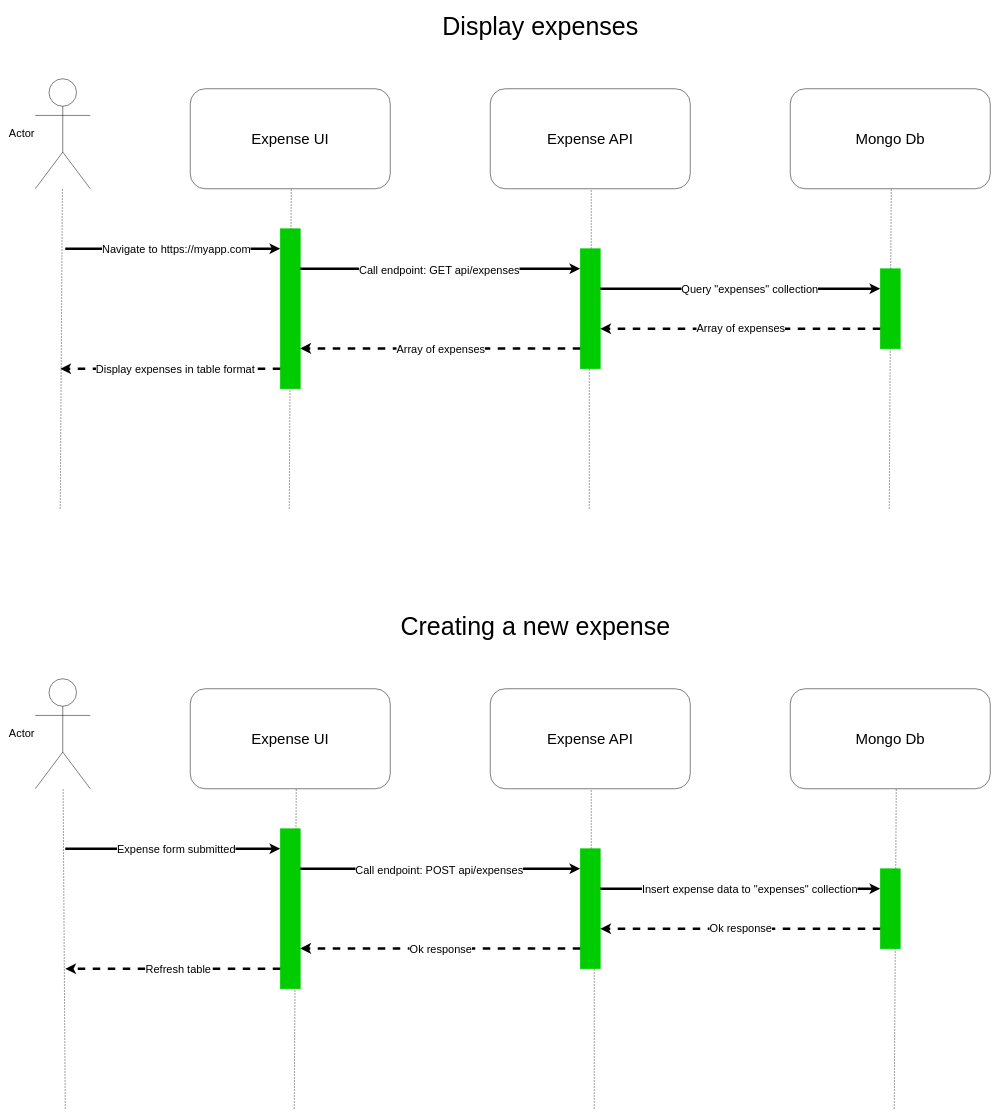
suicodave/WorkshopExpenseAPI keeps this draw.io diagram as Expense Tracker.drawio. Above is the earlier version. Source tidied: cells renumbered, new cells numbered last; positions are measured from the earlier drawing's top-left corner, leaving out a move shared by most shapes. Both pictures are drawn from the tidied source at 50%, with x=0, y=0 at pixel (35, 8).
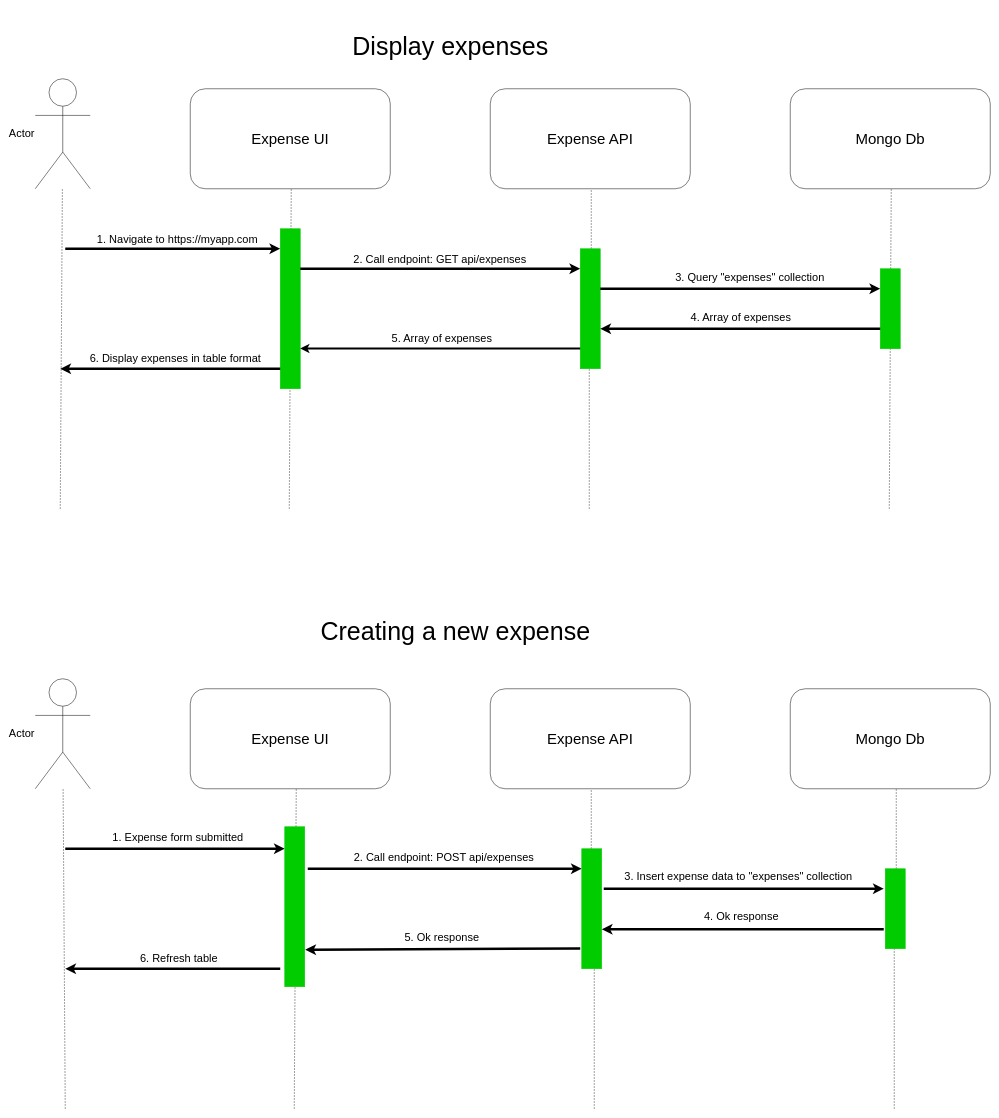
The same diagram, later.

Commit message:
Diagram improve connectors

Unchanged cells that the change refers to:
```xml
<mxCell id="10" style="endArrow=classic;html=1;rounded=0;flowAnimation=1;strokeWidth=5;" parent="1" edge="1" target="12">
  <mxGeometry relative="1" as="geometry">
    <mxPoint x="60" y="480" as="sourcePoint" />
  </mxGeometry>
</mxCell>
<mxCell id="13" style="endArrow=classic;html=1;rounded=0;flowAnimation=1;strokeWidth=5;" parent="1" edge="1" target="16">
  <mxGeometry relative="1" as="geometry">
    <mxPoint x="530" y="520" as="sourcePoint" />
  </mxGeometry>
</mxCell>
<mxCell id="16" style="html=1;points=[[0,0,0,0,5],[0,1,0,0,-5],[1,0,0,0,5],[1,1,0,0,-5]];perimeter=orthogonalPerimeter;outlineConnect=0;targetShapes=umlLifeline;portConstraint=eastwest;newEdgeStyle={&quot;curved&quot;:0,&quot;rounded&quot;:0};fontSize=13;perimeterSpacing=0;strokeWidth=1;fillColor=#00CC00;strokeColor=#00CC00;" parent="1" vertex="1">
  <mxGeometry x="1090" y="480" width="40" height="240" as="geometry" />
</mxCell>
<mxCell id="17" style="endArrow=classic;html=1;rounded=0;flowAnimation=1;strokeWidth=5;" parent="1" edge="1">
  <mxGeometry relative="1" as="geometry">
    <mxPoint x="1130" y="560" as="sourcePoint" />
    <mxPoint x="1690" y="560" as="targetPoint" />
  </mxGeometry>
</mxCell>
<mxCell id="35" style="endArrow=classic;html=1;rounded=0;flowAnimation=1;strokeWidth=5;" parent="1" edge="1" target="37">
  <mxGeometry relative="1" as="geometry">
    <mxPoint x="60" y="1680" as="sourcePoint" />
  </mxGeometry>
</mxCell>
```

The edit, as a diff of the source:
```diff
@@
-    <mxCell id="11" value="Navigate to https://myapp.com" style="edgeLabel;html=1;align=center;verticalAlign=middle;fontSize=22;" parent="10" vertex="1">
+    <mxCell id="11" value="1. Navigate to https://myapp.com" style="edgeLabel;html=1;align=center;verticalAlign=middle;fontSize=22;" parent="10" vertex="1">
       <mxGeometry x="-0.16" y="-1" relative="1" as="geometry">
-        <mxPoint x="40" y="-1" as="offset" />
+        <mxPoint x="42" y="-20" as="offset" />
       </mxGeometry>
     </mxCell>
@@
-    <mxCell id="14" value="&lt;font style=&quot;font-size: 22px;&quot;&gt;Call endpoint: GET api/expenses&lt;/font&gt;" style="edgeLabel;html=1;align=center;verticalAlign=middle;fontSize=22;" parent="13" vertex="1">
-      <mxGeometry x="-0.01" y="-2" relative="1" as="geometry" />
+    <mxCell id="14" value="&lt;font style=&quot;font-size: 22px;&quot;&gt;2. Call endpoint: GET api/expenses&lt;/font&gt;" style="edgeLabel;html=1;align=center;verticalAlign=middle;fontSize=22;" parent="13" vertex="1">
+      <mxGeometry x="-0.01" y="-2" relative="1" as="geometry">
+        <mxPoint x="1" y="-22" as="offset" />
+      </mxGeometry>
     </mxCell>
@@
-    <mxCell id="18" value="&lt;font style=&quot;font-size: 22px;&quot;&gt;Query &quot;expenses&quot; collection&lt;/font&gt;" style="edgeLabel;html=1;align=center;verticalAlign=middle;fontSize=22;" parent="17" vertex="1">
+    <mxCell id="18" value="&lt;font style=&quot;font-size: 22px;&quot;&gt;3. Query &quot;expenses&quot; collection&lt;/font&gt;" style="edgeLabel;html=1;align=center;verticalAlign=middle;fontSize=22;" parent="17" vertex="1">
       <mxGeometry x="-0.11" relative="1" as="geometry">
-        <mxPoint x="49" as="offset" />
+        <mxPoint x="49" y="-24" as="offset" />
       </mxGeometry>
     </mxCell>
@@
-    <mxCell id="20" style="endArrow=classic;html=1;rounded=0;dashed=1;strokeWidth=5;flowAnimation=1;" parent="1" edge="1" target="16">
+    <mxCell id="20" style="endArrow=classic;html=1;rounded=0;strokeWidth=5;flowAnimation=1;" parent="1" edge="1" target="16">
       <mxGeometry relative="1" as="geometry">
         <mxPoint x="1690" y="640" as="sourcePoint" />
       </mxGeometry>
     </mxCell>
-    <mxCell id="21" value="&lt;font style=&quot;font-size: 22px;&quot;&gt;Array of expenses&lt;/font&gt;" style="edgeLabel;html=1;align=center;verticalAlign=middle;fontSize=22;" parent="20" vertex="1">
+    <mxCell id="21" value="&lt;font style=&quot;font-size: 22px;&quot;&gt;4. Array of expenses&lt;/font&gt;" style="edgeLabel;html=1;align=center;verticalAlign=middle;fontSize=22;" parent="20" vertex="1">
       <mxGeometry x="0.16" y="-1" relative="1" as="geometry">
-        <mxPoint x="45" as="offset" />
+        <mxPoint x="45" y="-22" as="offset" />
       </mxGeometry>
     </mxCell>
-    <mxCell id="22" style="endArrow=classic;html=1;rounded=0;dashed=1;strokeWidth=5;flowAnimation=1;" parent="1" edge="1">
+    <mxCell id="22" style="endArrow=classic;html=1;rounded=0;strokeWidth=4;flowAnimation=1;" parent="1" edge="1">
       <mxGeometry relative="1" as="geometry">
         <mxPoint x="1090" y="679.3" as="sourcePoint" />
         <mxPoint x="530" y="679.3" as="targetPoint" />
       </mxGeometry>
     </mxCell>
-    <mxCell id="23" value="Array of expenses" style="edgeLabel;html=1;align=center;verticalAlign=middle;fontSize=22;" parent="22" vertex="1">
-      <mxGeometry y="2" relative="1" as="geometry" />
+    <mxCell id="23" value="5. Array of expenses" style="edgeLabel;html=1;align=center;verticalAlign=middle;fontSize=22;" parent="22" vertex="1">
+      <mxGeometry y="2" relative="1" as="geometry">
+        <mxPoint x="2" y="-23" as="offset" />
+      </mxGeometry>
     </mxCell>
-    <mxCell id="24" style="endArrow=classic;html=1;rounded=0;dashed=1;strokeWidth=5;flowAnimation=1;" parent="1" edge="1">
+    <mxCell id="24" style="endArrow=classic;html=1;rounded=0;strokeWidth=5;flowAnimation=1;" parent="1" edge="1">
       <mxGeometry relative="1" as="geometry">
         <mxPoint x="490" y="720" as="sourcePoint" />
         <mxPoint x="50" y="720" as="targetPoint" />
       </mxGeometry>
     </mxCell>
-    <mxCell id="25" value="Display expenses in table format" style="edgeLabel;html=1;align=center;verticalAlign=middle;fontSize=22;" parent="24" vertex="1">
+    <mxCell id="25" value="6. Display expenses in table format" style="edgeLabel;html=1;align=center;verticalAlign=middle;fontSize=22;" parent="24" vertex="1">
       <mxGeometry x="0.13" y="-2" relative="1" as="geometry">
-        <mxPoint x="38" y="2" as="offset" />
+        <mxPoint x="38" y="-19" as="offset" />
       </mxGeometry>
     </mxCell>
     <mxCell id="26" value="Display expenses" style="text;html=1;align=center;verticalAlign=middle;strokeColor=none;fillColor=none;fontSize=50;" parent="1" vertex="1">
-      <mxGeometry x="800" width="420" height="70" as="geometry" />
+      <mxGeometry x="620" y="40" width="420" height="70" as="geometry" />
     </mxCell>
@@
-    <mxCell id="34" style="endArrow=none;dashed=1;html=1;rounded=0;" parent="1" edge="1">
+    <mxCell id="34" style="endArrow=none;dashed=1;html=1;rounded=0;" parent="1" edge="1" source="44">
       <mxGeometry relative="1" as="geometry">
-        <mxPoint x="1718" y="2200" as="sourcePoint" />
         <mxPoint x="1722" y="1560" as="targetPoint" />
       </mxGeometry>
     </mxCell>
@@
-    <mxCell id="36" value="Expense form submitted" style="edgeLabel;html=1;align=center;verticalAlign=middle;fontSize=22;" parent="35" vertex="1">
+    <mxCell id="36" value="1. Expense form submitted" style="edgeLabel;html=1;align=center;verticalAlign=middle;fontSize=22;" parent="35" vertex="1">
       <mxGeometry x="-0.16" y="-1" relative="1" as="geometry">
-        <mxPoint x="40" y="-1" as="offset" />
+        <mxPoint x="40" y="-25" as="offset" />
       </mxGeometry>
     </mxCell>
     <mxCell id="37" style="html=1;points=[[0,0,0,0,5],[0,1,0,0,-5],[1,0,0,0,5],[1,1,0,0,-5]];perimeter=orthogonalPerimeter;outlineConnect=0;targetShapes=umlLifeline;portConstraint=eastwest;newEdgeStyle={&quot;curved&quot;:0,&quot;rounded&quot;:0};fontSize=13;perimeterSpacing=0;strokeWidth=1;fillColor=#00CC00;strokeColor=#00CC00;" parent="1" vertex="1">
-      <mxGeometry x="490" y="1640" width="40" height="320" as="geometry" />
+      <mxGeometry x="499" y="1636" width="40" height="320" as="geometry" />
     </mxCell>
     <mxCell id="38" style="endArrow=classic;html=1;rounded=0;flowAnimation=1;strokeWidth=5;" parent="1" edge="1" target="41">
       <mxGeometry relative="1" as="geometry">
-        <mxPoint x="530" y="1720" as="sourcePoint" />
+        <mxPoint x="545" y="1720" as="sourcePoint" />
       </mxGeometry>
     </mxCell>
-    <mxCell id="39" value="&lt;font style=&quot;font-size: 22px;&quot;&gt;Call endpoint: POST api/expenses&lt;/font&gt;" style="edgeLabel;html=1;align=center;verticalAlign=middle;fontSize=22;" parent="38" vertex="1">
-      <mxGeometry x="-0.01" y="-2" relative="1" as="geometry" />
+    <mxCell id="39" value="&lt;font style=&quot;font-size: 22px;&quot;&gt;2. Call endpoint: POST api/expenses&lt;/font&gt;" style="edgeLabel;html=1;align=center;verticalAlign=middle;fontSize=22;" parent="38" vertex="1">
+      <mxGeometry x="-0.01" y="-2" relative="1" as="geometry">
+        <mxPoint y="-25" as="offset" />
+      </mxGeometry>
     </mxCell>
@@
     <mxCell id="41" style="html=1;points=[[0,0,0,0,5],[0,1,0,0,-5],[1,0,0,0,5],[1,1,0,0,-5]];perimeter=orthogonalPerimeter;outlineConnect=0;targetShapes=umlLifeline;portConstraint=eastwest;newEdgeStyle={&quot;curved&quot;:0,&quot;rounded&quot;:0};fontSize=13;perimeterSpacing=0;strokeWidth=1;fillColor=#00CC00;strokeColor=#00CC00;" parent="1" vertex="1">
-      <mxGeometry x="1090" y="1680" width="40" height="240" as="geometry" />
+      <mxGeometry x="1093" y="1680" width="40" height="240" as="geometry" />
     </mxCell>
     <mxCell id="42" style="endArrow=classic;html=1;rounded=0;flowAnimation=1;strokeWidth=5;" parent="1" edge="1">
       <mxGeometry relative="1" as="geometry">
-        <mxPoint x="1130" y="1760" as="sourcePoint" />
-        <mxPoint x="1690" y="1760" as="targetPoint" />
+        <mxPoint x="1137" y="1760" as="sourcePoint" />
+        <mxPoint x="1697" y="1760" as="targetPoint" />
       </mxGeometry>
     </mxCell>
-    <mxCell id="43" value="&lt;font style=&quot;font-size: 22px;&quot;&gt;Insert expense data to &quot;expenses&quot; collection&lt;/font&gt;" style="edgeLabel;html=1;align=center;verticalAlign=middle;fontSize=22;" parent="42" vertex="1">
+    <mxCell id="43" value="&lt;font style=&quot;font-size: 22px;&quot;&gt;3. Insert expense data to &quot;expenses&quot; collection&lt;/font&gt;" style="edgeLabel;html=1;align=center;verticalAlign=middle;fontSize=22;" parent="42" vertex="1">
       <mxGeometry x="-0.11" relative="1" as="geometry">
-        <mxPoint x="49" as="offset" />
+        <mxPoint x="19" y="-25" as="offset" />
       </mxGeometry>
     </mxCell>
-    <mxCell id="44" style="html=1;points=[[0,0,0,0,5],[0,1,0,0,-5],[1,0,0,0,5],[1,1,0,0,-5]];perimeter=orthogonalPerimeter;outlineConnect=0;targetShapes=umlLifeline;portConstraint=eastwest;newEdgeStyle={&quot;curved&quot;:0,&quot;rounded&quot;:0};fontSize=13;perimeterSpacing=0;strokeWidth=1;fillColor=#00CC00;strokeColor=#00CC00;" parent="1" vertex="1">
-      <mxGeometry x="1690" y="1720" width="40" height="160" as="geometry" />
-    </mxCell>
-    <mxCell id="45" style="endArrow=classic;html=1;rounded=0;dashed=1;strokeWidth=5;flowAnimation=1;" parent="1" edge="1" target="41">
+    <mxCell id="45" style="endArrow=classic;html=1;rounded=0;strokeWidth=5;flowAnimation=1;" parent="1" edge="1" target="41">
       <mxGeometry relative="1" as="geometry">
-        <mxPoint x="1690" y="1840" as="sourcePoint" />
+        <mxPoint x="1697" y="1841" as="sourcePoint" />
       </mxGeometry>
     </mxCell>
-    <mxCell id="46" value="&lt;font style=&quot;font-size: 22px;&quot;&gt;Ok response&lt;br style=&quot;font-size: 22px;&quot;&gt;&lt;/font&gt;" style="edgeLabel;html=1;align=center;verticalAlign=middle;fontSize=22;" parent="45" vertex="1">
+    <mxCell id="46" value="&lt;font style=&quot;font-size: 22px;&quot;&gt;4. Ok response&lt;br style=&quot;font-size: 22px;&quot;&gt;&lt;/font&gt;" style="edgeLabel;html=1;align=center;verticalAlign=middle;fontSize=22;" parent="45" vertex="1">
       <mxGeometry x="0.16" y="-1" relative="1" as="geometry">
-        <mxPoint x="45" as="offset" />
+        <mxPoint x="41" y="-25" as="offset" />
       </mxGeometry>
     </mxCell>
-    <mxCell id="47" style="endArrow=classic;html=1;rounded=0;dashed=1;strokeWidth=5;flowAnimation=1;" parent="1" edge="1">
+    <mxCell id="47" style="endArrow=classic;html=1;rounded=0;strokeWidth=5;flowAnimation=1;" parent="1" edge="1">
       <mxGeometry relative="1" as="geometry">
         <mxPoint x="1090" y="1879.3" as="sourcePoint" />
-        <mxPoint x="530" y="1879.3" as="targetPoint" />
+        <mxPoint x="540" y="1882" as="targetPoint" />
       </mxGeometry>
     </mxCell>
-    <mxCell id="48" value="Ok response" style="edgeLabel;html=1;align=center;verticalAlign=middle;fontSize=22;" parent="47" vertex="1">
+    <mxCell id="48" value="5. Ok response" style="edgeLabel;html=1;align=center;verticalAlign=middle;fontSize=22;" parent="47" vertex="1">
       <mxGeometry y="2" relative="1" as="geometry">
-        <mxPoint y="-1" as="offset" />
+        <mxPoint x="-3" y="-25" as="offset" />
       </mxGeometry>
     </mxCell>
-    <mxCell id="49" style="endArrow=classic;html=1;rounded=0;dashed=1;strokeWidth=5;flowAnimation=1;" parent="1" edge="1">
+    <mxCell id="49" style="endArrow=classic;html=1;rounded=0;strokeWidth=5;flowAnimation=1;" parent="1" edge="1">
       <mxGeometry relative="1" as="geometry">
         <mxPoint x="490" y="1920" as="sourcePoint" />
         <mxPoint x="60" y="1920" as="targetPoint" />
       </mxGeometry>
     </mxCell>
-    <mxCell id="50" value="Refresh table" style="edgeLabel;html=1;align=center;verticalAlign=middle;fontSize=22;" parent="49" vertex="1">
+    <mxCell id="50" value="6. Refresh table" style="edgeLabel;html=1;align=center;verticalAlign=middle;fontSize=22;" parent="49" vertex="1">
       <mxGeometry x="0.13" y="-2" relative="1" as="geometry">
-        <mxPoint x="38" y="2" as="offset" />
+        <mxPoint x="39" y="-19" as="offset" />
       </mxGeometry>
     </mxCell>
     <mxCell id="51" value="Creating a new expense" style="text;html=1;align=center;verticalAlign=middle;strokeColor=none;fillColor=none;fontSize=50;" parent="1" vertex="1">
-      <mxGeometry x="720" y="1200" width="560" height="70" as="geometry" />
+      <mxGeometry x="560" y="1210" width="560" height="70" as="geometry" />
     </mxCell>
+    <mxCell id="52" style="endArrow=none;dashed=1;html=1;rounded=0;" parent="1" edge="1" target="44">
+      <mxGeometry relative="1" as="geometry">
+        <mxPoint x="1718" y="2200" as="sourcePoint" />
+      </mxGeometry>
+    </mxCell>
+    <mxCell id="44" style="html=1;points=[[0,0,0,0,5],[0,1,0,0,-5],[1,0,0,0,5],[1,1,0,0,-5]];perimeter=orthogonalPerimeter;outlineConnect=0;targetShapes=umlLifeline;portConstraint=eastwest;newEdgeStyle={&quot;curved&quot;:0,&quot;rounded&quot;:0};fontSize=13;perimeterSpacing=0;strokeWidth=1;fillColor=#00CC00;strokeColor=#00CC00;" parent="1" vertex="1">
+      <mxGeometry x="1700" y="1720" width="40" height="160" as="geometry" />
+    </mxCell>
```
